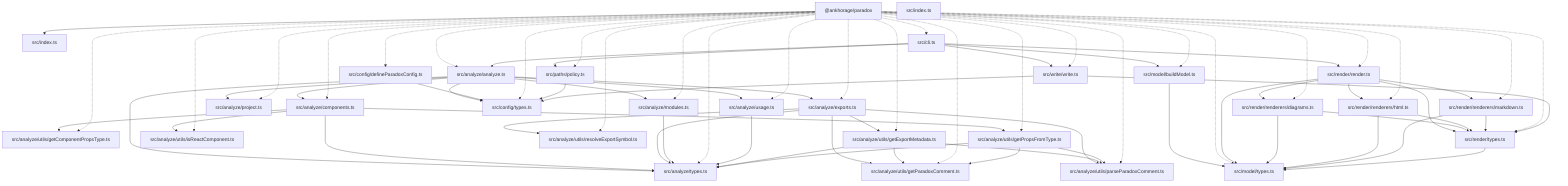
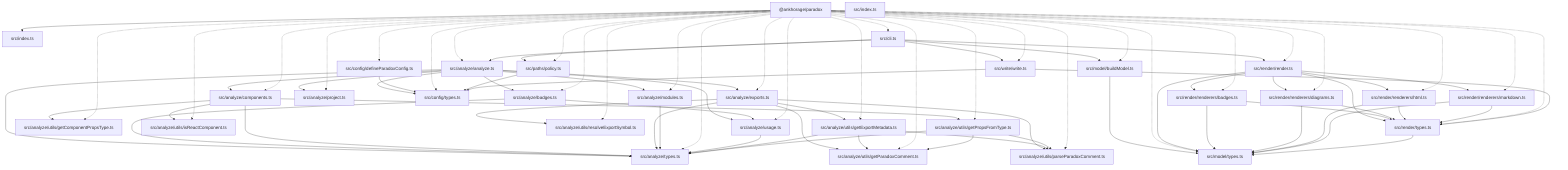
graph TD
  package__ankhorage_paradox["@ankhorage/paradox"]
  entrypoint_src_index_ts["src/index.ts"]
  package__ankhorage_paradox --> entrypoint_src_index_ts
  module_src_analyze_analyze_ts["src/analyze/analyze.ts"]
  package__ankhorage_paradox -.-> module_src_analyze_analyze_ts
+   module_src_analyze_analyze_ts --> module_src_analyze_badges_ts
  module_src_analyze_analyze_ts --> module_src_analyze_components_ts
  module_src_analyze_analyze_ts --> module_src_analyze_exports_ts
  module_src_analyze_analyze_ts --> module_src_analyze_modules_ts
  module_src_analyze_analyze_ts --> module_src_analyze_project_ts
  module_src_analyze_analyze_ts --> module_src_analyze_types_ts
  module_src_analyze_analyze_ts --> module_src_analyze_usage_ts
  module_src_analyze_analyze_ts --> module_src_config_types_ts
+   module_src_analyze_badges_ts["src/analyze/badges.ts"]
+   package__ankhorage_paradox -.-> module_src_analyze_badges_ts
+   module_src_analyze_badges_ts --> module_src_analyze_types_ts
+   module_src_analyze_badges_ts --> module_src_analyze_usage_ts
  module_src_analyze_components_ts["src/analyze/components.ts"]
  package__ankhorage_paradox -.-> module_src_analyze_components_ts
  module_src_analyze_components_ts --> module_src_analyze_types_ts
  module_src_analyze_components_ts --> module_src_analyze_utils_getComponentPropsType_ts
  module_src_analyze_components_ts --> module_src_analyze_utils_getPropsFromType_ts
  module_src_analyze_components_ts --> module_src_analyze_utils_isReactComponent_ts
  module_src_analyze_exports_ts["src/analyze/exports.ts"]
  package__ankhorage_paradox -.-> module_src_analyze_exports_ts
  module_src_analyze_exports_ts --> module_src_analyze_types_ts
  module_src_analyze_exports_ts --> module_src_analyze_utils_getExportMetadata_ts
  module_src_analyze_exports_ts --> module_src_analyze_utils_getParadoxComment_ts
  module_src_analyze_exports_ts --> module_src_analyze_utils_parseParadoxComment_ts
  module_src_analyze_exports_ts --> module_src_analyze_utils_resolveExportSymbol_ts
  module_src_analyze_modules_ts["src/analyze/modules.ts"]
  package__ankhorage_paradox -.-> module_src_analyze_modules_ts
  module_src_analyze_modules_ts --> module_src_analyze_types_ts
  module_src_analyze_project_ts["src/analyze/project.ts"]
  package__ankhorage_paradox -.-> module_src_analyze_project_ts
  module_src_analyze_types_ts["src/analyze/types.ts"]
  package__ankhorage_paradox -.-> module_src_analyze_types_ts
  module_src_analyze_usage_ts["src/analyze/usage.ts"]
  package__ankhorage_paradox -.-> module_src_analyze_usage_ts
  module_src_analyze_usage_ts --> module_src_analyze_types_ts
  module_src_analyze_utils_getComponentPropsType_ts["src/analyze/utils/getComponentPropsType.ts"]
  package__ankhorage_paradox -.-> module_src_analyze_utils_getComponentPropsType_ts
  module_src_analyze_utils_getExportMetadata_ts["src/analyze/utils/getExportMetadata.ts"]
  package__ankhorage_paradox -.-> module_src_analyze_utils_getExportMetadata_ts
  module_src_analyze_utils_getExportMetadata_ts --> module_src_analyze_types_ts
  module_src_analyze_utils_getExportMetadata_ts --> module_src_analyze_utils_getParadoxComment_ts
  module_src_analyze_utils_getExportMetadata_ts --> module_src_analyze_utils_parseParadoxComment_ts
  module_src_analyze_utils_getParadoxComment_ts["src/analyze/utils/getParadoxComment.ts"]
  package__ankhorage_paradox -.-> module_src_analyze_utils_getParadoxComment_ts
  module_src_analyze_utils_getPropsFromType_ts["src/analyze/utils/getPropsFromType.ts"]
  package__ankhorage_paradox -.-> module_src_analyze_utils_getPropsFromType_ts
  module_src_analyze_utils_getPropsFromType_ts --> module_src_analyze_types_ts
  module_src_analyze_utils_getPropsFromType_ts --> module_src_analyze_utils_getParadoxComment_ts
  module_src_analyze_utils_getPropsFromType_ts --> module_src_analyze_utils_parseParadoxComment_ts
  module_src_analyze_utils_isReactComponent_ts["src/analyze/utils/isReactComponent.ts"]
  package__ankhorage_paradox -.-> module_src_analyze_utils_isReactComponent_ts
  module_src_analyze_utils_parseParadoxComment_ts["src/analyze/utils/parseParadoxComment.ts"]
  package__ankhorage_paradox -.-> module_src_analyze_utils_parseParadoxComment_ts
  module_src_analyze_utils_resolveExportSymbol_ts["src/analyze/utils/resolveExportSymbol.ts"]
  package__ankhorage_paradox -.-> module_src_analyze_utils_resolveExportSymbol_ts
  module_src_cli_ts["src/cli.ts"]
  package__ankhorage_paradox -.-> module_src_cli_ts
  module_src_cli_ts --> module_src_analyze_analyze_ts
  module_src_cli_ts --> module_src_model_buildModel_ts
  module_src_cli_ts --> module_src_paths_policy_ts
  module_src_cli_ts --> module_src_render_render_ts
  module_src_cli_ts --> module_src_write_write_ts
  module_src_config_defineParadoxConfig_ts["src/config/defineParadoxConfig.ts"]
  package__ankhorage_paradox -.-> module_src_config_defineParadoxConfig_ts
  module_src_config_defineParadoxConfig_ts --> module_src_config_types_ts
  module_src_config_types_ts["src/config/types.ts"]
  package__ankhorage_paradox -.-> module_src_config_types_ts
  module_src_index_ts["src/index.ts"]
  module_src_model_buildModel_ts["src/model/buildModel.ts"]
  package__ankhorage_paradox -.-> module_src_model_buildModel_ts
  module_src_model_buildModel_ts --> module_src_model_types_ts
  module_src_model_types_ts["src/model/types.ts"]
  package__ankhorage_paradox -.-> module_src_model_types_ts
  module_src_paths_policy_ts["src/paths/policy.ts"]
  package__ankhorage_paradox -.-> module_src_paths_policy_ts
  module_src_paths_policy_ts --> module_src_config_types_ts
  module_src_render_render_ts["src/render/render.ts"]
  package__ankhorage_paradox -.-> module_src_render_render_ts
  module_src_render_render_ts --> module_src_model_types_ts
+   module_src_render_render_ts --> module_src_render_renderers_badges_ts
  module_src_render_render_ts --> module_src_render_renderers_diagrams_ts
  module_src_render_render_ts --> module_src_render_renderers_html_ts
  module_src_render_render_ts --> module_src_render_renderers_markdown_ts
  module_src_render_render_ts --> module_src_render_types_ts
+   module_src_render_renderers_badges_ts["src/render/renderers/badges.ts"]
+   package__ankhorage_paradox -.-> module_src_render_renderers_badges_ts
+   module_src_render_renderers_badges_ts --> module_src_model_types_ts
+   module_src_render_renderers_badges_ts --> module_src_render_types_ts
  module_src_render_renderers_diagrams_ts["src/render/renderers/diagrams.ts"]
  package__ankhorage_paradox -.-> module_src_render_renderers_diagrams_ts
  module_src_render_renderers_diagrams_ts --> module_src_model_types_ts
  module_src_render_renderers_diagrams_ts --> module_src_render_types_ts
  module_src_render_renderers_html_ts["src/render/renderers/html.ts"]
  package__ankhorage_paradox -.-> module_src_render_renderers_html_ts
  module_src_render_renderers_html_ts --> module_src_model_types_ts
  module_src_render_renderers_html_ts --> module_src_render_types_ts
  module_src_render_renderers_markdown_ts["src/render/renderers/markdown.ts"]
  package__ankhorage_paradox -.-> module_src_render_renderers_markdown_ts
  module_src_render_renderers_markdown_ts --> module_src_model_types_ts
  module_src_render_renderers_markdown_ts --> module_src_render_types_ts
  module_src_render_types_ts["src/render/types.ts"]
  package__ankhorage_paradox -.-> module_src_render_types_ts
  module_src_render_types_ts --> module_src_model_types_ts
  module_src_write_write_ts["src/write/write.ts"]
  package__ankhorage_paradox -.-> module_src_write_write_ts
  module_src_write_write_ts --> module_src_config_types_ts
  module_src_write_write_ts --> module_src_render_types_ts
